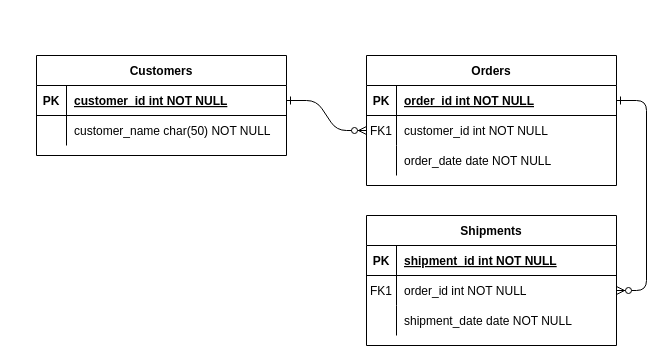
This is Untitled Diagram.drawio from rakeshgiree999/smallJavaShootGameCUI, a draw.io file, before an edit. Source tidied: cells renumbered, new cells numbered last; positions are measured from the earlier drawing's top-left corner, leaving out a move shared by most shapes. Both pictures are drawn from the tidied source at 100%, with x=0, y=0 at pixel (36, 55).
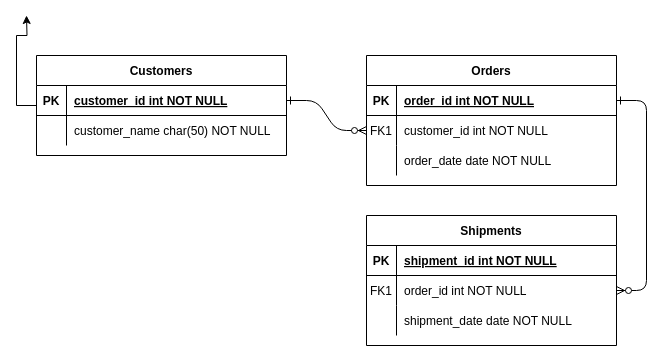
The same page after the edit.

The change refers to these unchanged cells:
```xml
<mxCell id="24" value="Customers" style="shape=table;startSize=30;childLayout=tableLayout;rowLines=0;fontStyle=1;align=center;" parent="1" vertex="1">
  <mxGeometry width="250" height="100" as="geometry" />
</mxCell>
```

What changed in the source:
```diff
@@
+    <mxCell id="31" style="edgeStyle=orthogonalEdgeStyle;rounded=0;jettySize=auto;html=1;" parent="1" edge="1" source="24">
+      <mxGeometry relative="1" as="geometry">
+        <mxPoint x="-10" y="-40" as="targetPoint" />
+      </mxGeometry>
+    </mxCell>
```
